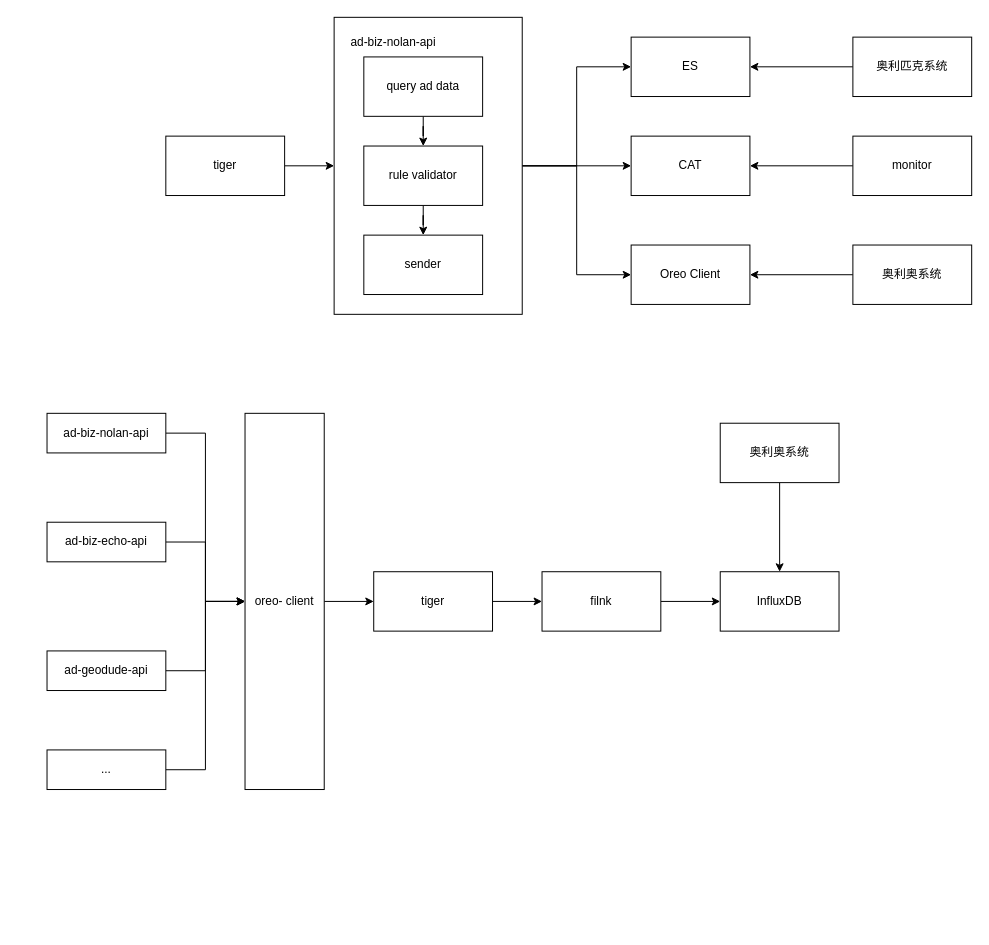
The draw.io diagram diagram/监控架构.drawio in flyfeifeiba/pdd-diagram, before the edit. Source tidied: cells renumbered, new cells numbered last; positions are measured from the earlier drawing's top-left corner, leaving out a move shared by most shapes. Both pictures are drawn from the tidied source at 99%, with x=0, y=0 at pixel (47, 17).
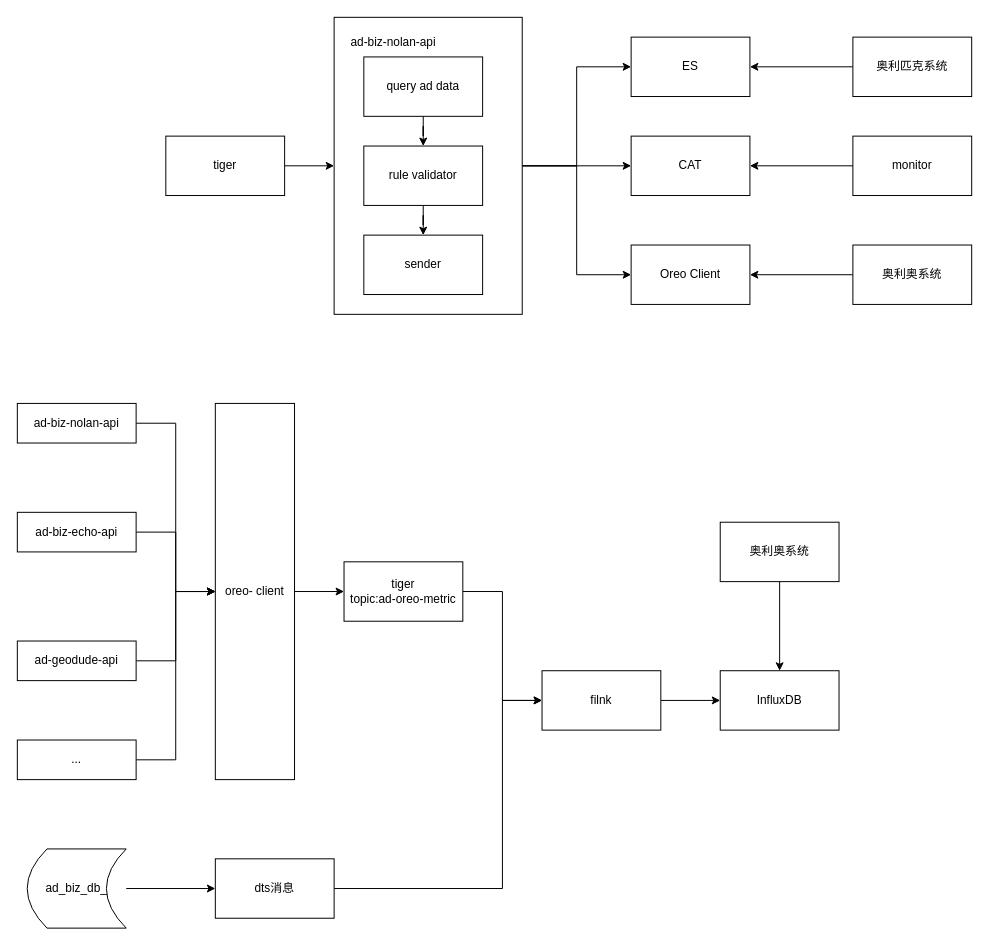
The same page after the edit.

Diff of the diagram source:
```diff
@@
     <mxCell id="15" style="edgeStyle=orthogonalEdgeStyle;rounded=0;jettySize=auto;html=1;" parent="1" edge="1" source="16" target="18">
-      <mxGeometry relative="1" as="geometry" />
+      <mxGeometry relative="1" as="geometry">
+        <Array as="points">
+          <mxPoint x="460" y="580" />
+          <mxPoint x="460" y="690" />
+        </Array>
+      </mxGeometry>
     </mxCell>
-    <mxCell id="16" value="tiger" style="rounded=0;whiteSpace=wrap;html=1;" parent="1" vertex="1">
-      <mxGeometry x="330" y="560" width="120" height="60" as="geometry" />
+    <mxCell id="16" value="tiger&lt;br&gt;topic:ad-oreo-metric" style="rounded=0;whiteSpace=wrap;html=1;" parent="1" vertex="1">
+      <mxGeometry x="300" y="550" width="120" height="60" as="geometry" />
     </mxCell>
@@
     <mxCell id="18" value="filnk" style="rounded=0;whiteSpace=wrap;html=1;" parent="1" vertex="1">
-      <mxGeometry x="500" y="560" width="120" height="60" as="geometry" />
+      <mxGeometry x="500" y="660" width="120" height="60" as="geometry" />
     </mxCell>
     <mxCell id="19" value="InfluxDB" style="rounded=0;whiteSpace=wrap;html=1;" parent="1" vertex="1">
-      <mxGeometry x="680" y="560" width="120" height="60" as="geometry" />
+      <mxGeometry x="680" y="660" width="120" height="60" as="geometry" />
     </mxCell>
@@
     <mxCell id="29" value="oreo- client" style="rounded=0;whiteSpace=wrap;html=1;" parent="1" vertex="1">
-      <mxGeometry x="200" y="400" width="80" height="380" as="geometry" />
+      <mxGeometry x="170" y="390" width="80" height="380" as="geometry" />
     </mxCell>
@@
     <mxCell id="31" value="ad-biz-nolan-api" style="rounded=0;whiteSpace=wrap;html=1;" parent="1" vertex="1">
-      <mxGeometry y="400" width="120" height="40" as="geometry" />
+      <mxGeometry x="-30" y="390" width="120" height="40" as="geometry" />
     </mxCell>
     <mxCell id="32" style="edgeStyle=orthogonalEdgeStyle;rounded=0;jettySize=auto;html=1;exitX=1;exitY=0.5;exitDx=0;exitDy=0;" parent="1" edge="1" source="33">
       <mxGeometry relative="1" as="geometry">
-        <mxPoint x="200" y="590" as="targetPoint" />
+        <mxPoint x="170" y="580" as="targetPoint" />
         <Array as="points">
-          <mxPoint x="160" y="530" />
-          <mxPoint x="160" y="590" />
+          <mxPoint x="130" y="520" />
+          <mxPoint x="130" y="580" />
         </Array>
       </mxGeometry>
     </mxCell>
     <mxCell id="33" value="ad-biz-echo-api" style="rounded=0;whiteSpace=wrap;html=1;" parent="1" vertex="1">
-      <mxGeometry y="510" width="120" height="40" as="geometry" />
+      <mxGeometry x="-30" y="500" width="120" height="40" as="geometry" />
     </mxCell>
     <mxCell id="34" style="edgeStyle=orthogonalEdgeStyle;rounded=0;jettySize=auto;html=1;exitX=1;exitY=0.5;exitDx=0;exitDy=0;" parent="1" edge="1" source="35">
       <mxGeometry relative="1" as="geometry">
-        <mxPoint x="200" y="590" as="targetPoint" />
+        <mxPoint x="170" y="580" as="targetPoint" />
         <Array as="points">
-          <mxPoint x="160" y="660" />
-          <mxPoint x="160" y="590" />
+          <mxPoint x="130" y="650" />
+          <mxPoint x="130" y="580" />
         </Array>
       </mxGeometry>
     </mxCell>
     <mxCell id="35" value="ad-geodude-api" style="rounded=0;whiteSpace=wrap;html=1;" parent="1" vertex="1">
-      <mxGeometry y="640" width="120" height="40" as="geometry" />
+      <mxGeometry x="-30" y="630" width="120" height="40" as="geometry" />
     </mxCell>
@@
     <mxCell id="37" value="..." style="rounded=0;whiteSpace=wrap;html=1;" parent="1" vertex="1">
-      <mxGeometry y="740" width="120" height="40" as="geometry" />
+      <mxGeometry x="-30" y="730" width="120" height="40" as="geometry" />
     </mxCell>
@@
     <mxCell id="39" value="奥利奥系统" style="rounded=0;whiteSpace=wrap;html=1;" parent="1" vertex="1">
-      <mxGeometry x="680" y="410" width="120" height="60" as="geometry" />
+      <mxGeometry x="680" y="510" width="120" height="60" as="geometry" />
     </mxCell>
+    <mxCell id="40" style="edgeStyle=orthogonalEdgeStyle;rounded=0;jettySize=auto;html=1;entryX=0;entryY=0.5;entryDx=0;entryDy=0;" parent="1" edge="1" source="41" target="18">
+      <mxGeometry relative="1" as="geometry">
+        <Array as="points">
+          <mxPoint x="460" y="880" />
+          <mxPoint x="460" y="690" />
+        </Array>
+      </mxGeometry>
+    </mxCell>
+    <mxCell id="41" value="dts消息" style="rounded=0;whiteSpace=wrap;html=1;" parent="1" vertex="1">
+      <mxGeometry x="170" y="850" width="120" height="60" as="geometry" />
+    </mxCell>
+    <mxCell id="42" style="edgeStyle=orthogonalEdgeStyle;rounded=0;jettySize=auto;html=1;" parent="1" edge="1" source="43" target="41">
+      <mxGeometry relative="1" as="geometry" />
+    </mxCell>
+    <mxCell id="43" value="ad_biz_db_" style="shape=dataStorage;whiteSpace=wrap;html=1;fixedSize=1;" parent="1" vertex="1">
+      <mxGeometry x="-20" y="840" width="100" height="80" as="geometry" />
+    </mxCell>
```
